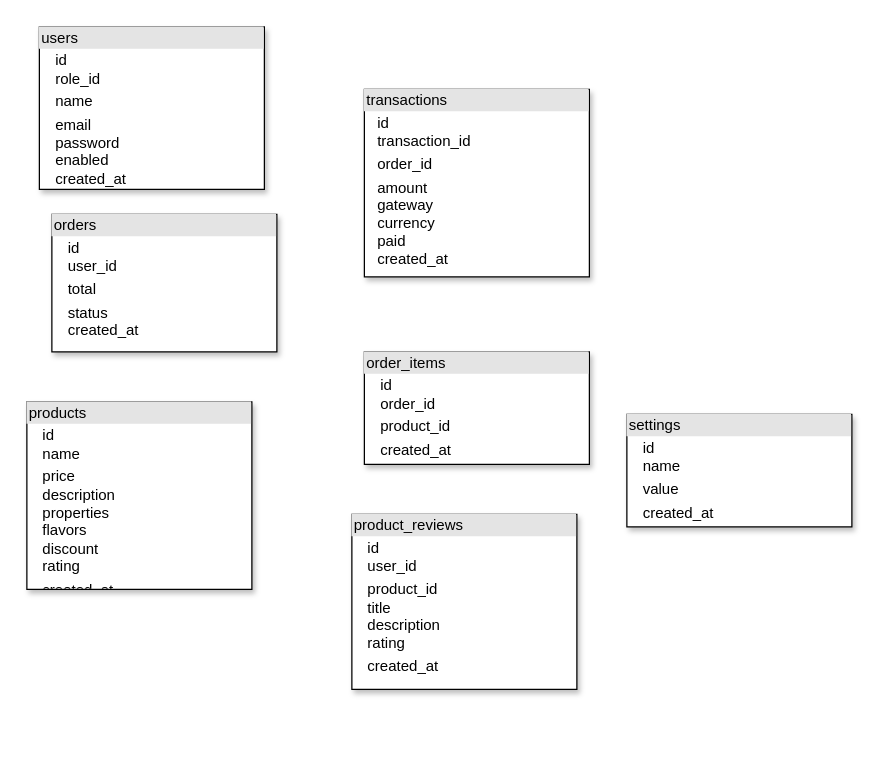
Earlier version of the draw.io diagram page "ERD" (4 of 4) of designs/ecommerce.drawio (JS-Hub-ZW/E-Commerce-ZW). Source tidied: cells renumbered, new cells numbered last; positions are measured from the earlier drawing's top-left corner, leaving out a move shared by most shapes. Both pictures are drawn from the tidied source at 125%, with x=0, y=0 at pixel (26, 26).
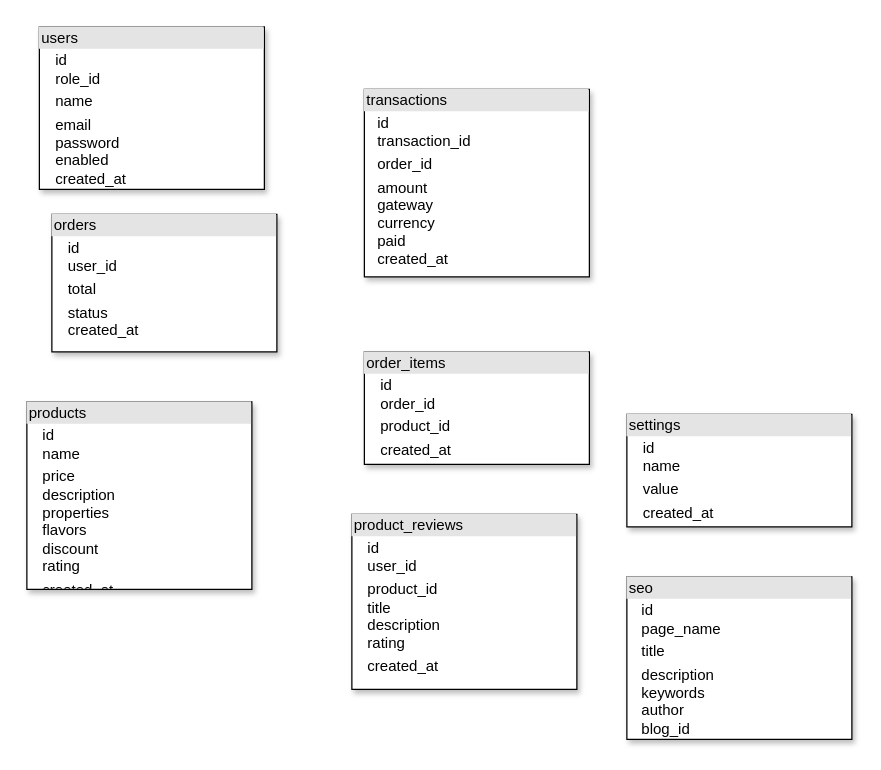
The same page after the edit.

Commit message:
created SEO table

Diff of the diagram source:
```diff
@@
 <mxGraphModel>
   <root>
     <mxCell id="0" />
     <mxCell id="1" parent="0" />
     <mxCell id="2" value="&lt;div style=&quot;box-sizing: border-box ; width: 100% ; background: #e4e4e4 ; padding: 2px&quot;&gt;users&lt;/div&gt;&lt;table style=&quot;width: 100% ; font-size: 1em&quot; cellpadding=&quot;2&quot; cellspacing=&quot;0&quot;&gt;&lt;tbody&gt;&lt;tr&gt;&lt;td&gt;&lt;/td&gt;&lt;td&gt;id&lt;br&gt;role_id&lt;/td&gt;&lt;/tr&gt;&lt;tr&gt;&lt;td&gt;&lt;br&gt;&lt;/td&gt;&lt;td&gt;name&lt;/td&gt;&lt;/tr&gt;&lt;tr&gt;&lt;td&gt;&lt;/td&gt;&lt;td&gt;email&lt;br&gt;password&lt;br&gt;enabled&lt;br&gt;created_at&lt;/td&gt;&lt;/tr&gt;&lt;/tbody&gt;&lt;/table&gt;" style="verticalAlign=top;align=left;overflow=fill;html=1;rounded=0;sketch=0;fontSize=12;shadow=1;" parent="1" vertex="1">
       <mxGeometry x="10" width="180" height="130" as="geometry" />
     </mxCell>
     <mxCell id="3" value="&lt;div style=&quot;box-sizing: border-box ; width: 100% ; background: #e4e4e4 ; padding: 2px&quot;&gt;transactions&lt;/div&gt;&lt;table style=&quot;width: 100% ; font-size: 1em&quot; cellpadding=&quot;2&quot; cellspacing=&quot;0&quot;&gt;&lt;tbody&gt;&lt;tr&gt;&lt;td&gt;&lt;/td&gt;&lt;td&gt;id&lt;br&gt;transaction_id&lt;/td&gt;&lt;/tr&gt;&lt;tr&gt;&lt;td&gt;&lt;br&gt;&lt;/td&gt;&lt;td&gt;order_id&lt;/td&gt;&lt;/tr&gt;&lt;tr&gt;&lt;td&gt;&lt;/td&gt;&lt;td&gt;amount&lt;br&gt;gateway&lt;br&gt;currency&lt;br&gt;paid&lt;br&gt;created_at&lt;/td&gt;&lt;/tr&gt;&lt;/tbody&gt;&lt;/table&gt;" style="verticalAlign=top;align=left;overflow=fill;html=1;rounded=0;sketch=0;fontSize=12;shadow=1;" parent="1" vertex="1">
       <mxGeometry x="270" y="50" width="180" height="150" as="geometry" />
     </mxCell>
     <mxCell id="4" value="&lt;div style=&quot;box-sizing: border-box ; width: 100% ; background: #e4e4e4 ; padding: 2px&quot;&gt;orders&lt;/div&gt;&lt;table style=&quot;width: 100% ; font-size: 1em&quot; cellpadding=&quot;2&quot; cellspacing=&quot;0&quot;&gt;&lt;tbody&gt;&lt;tr&gt;&lt;td&gt;&lt;/td&gt;&lt;td&gt;id&lt;br&gt;user_id&lt;/td&gt;&lt;/tr&gt;&lt;tr&gt;&lt;td&gt;&lt;br&gt;&lt;/td&gt;&lt;td&gt;total&lt;/td&gt;&lt;/tr&gt;&lt;tr&gt;&lt;td&gt;&lt;/td&gt;&lt;td&gt;status&lt;br&gt;created_at&lt;/td&gt;&lt;/tr&gt;&lt;/tbody&gt;&lt;/table&gt;" style="verticalAlign=top;align=left;overflow=fill;html=1;rounded=0;sketch=0;fontSize=12;shadow=1;" parent="1" vertex="1">
       <mxGeometry x="20" y="150" width="180" height="110" as="geometry" />
     </mxCell>
     <mxCell id="5" value="&lt;div style=&quot;box-sizing: border-box ; width: 100% ; background: #e4e4e4 ; padding: 2px&quot;&gt;order_items&lt;/div&gt;&lt;table style=&quot;width: 100% ; font-size: 1em&quot; cellpadding=&quot;2&quot; cellspacing=&quot;0&quot;&gt;&lt;tbody&gt;&lt;tr&gt;&lt;td&gt;&lt;/td&gt;&lt;td&gt;id&lt;br&gt;order_id&lt;/td&gt;&lt;/tr&gt;&lt;tr&gt;&lt;td&gt;&lt;br&gt;&lt;/td&gt;&lt;td&gt;product_id&lt;/td&gt;&lt;/tr&gt;&lt;tr&gt;&lt;td&gt;&lt;/td&gt;&lt;td&gt;created_at&lt;br&gt;&lt;/td&gt;&lt;/tr&gt;&lt;/tbody&gt;&lt;/table&gt;" style="verticalAlign=top;align=left;overflow=fill;html=1;rounded=0;sketch=0;fontSize=12;shadow=1;" parent="1" vertex="1">
       <mxGeometry x="270" y="260" width="180" height="90" as="geometry" />
     </mxCell>
     <mxCell id="6" value="&lt;div style=&quot;box-sizing: border-box ; width: 100% ; background: #e4e4e4 ; padding: 2px&quot;&gt;products&lt;/div&gt;&lt;table style=&quot;width: 100% ; font-size: 1em&quot; cellpadding=&quot;2&quot; cellspacing=&quot;0&quot;&gt;&lt;tbody&gt;&lt;tr&gt;&lt;td&gt;&lt;/td&gt;&lt;td&gt;id&lt;br&gt;name&lt;/td&gt;&lt;/tr&gt;&lt;tr&gt;&lt;td&gt;&lt;br&gt;&lt;/td&gt;&lt;td&gt;price&lt;br&gt;description&lt;br&gt;properties&lt;br&gt;flavors&lt;br&gt;discount&lt;br&gt;rating&lt;/td&gt;&lt;/tr&gt;&lt;tr&gt;&lt;td&gt;&lt;/td&gt;&lt;td&gt;created_at&lt;br&gt;&lt;/td&gt;&lt;/tr&gt;&lt;/tbody&gt;&lt;/table&gt;" style="verticalAlign=top;align=left;overflow=fill;html=1;rounded=0;sketch=0;fontSize=12;shadow=1;" parent="1" vertex="1">
       <mxGeometry y="300" width="180" height="150" as="geometry" />
     </mxCell>
     <mxCell id="7" value="&lt;div style=&quot;box-sizing: border-box ; width: 100% ; background: #e4e4e4 ; padding: 2px&quot;&gt;product_reviews&lt;/div&gt;&lt;table style=&quot;width: 100% ; font-size: 1em&quot; cellpadding=&quot;2&quot; cellspacing=&quot;0&quot;&gt;&lt;tbody&gt;&lt;tr&gt;&lt;td&gt;&lt;/td&gt;&lt;td&gt;id&lt;br&gt;user_id&lt;/td&gt;&lt;/tr&gt;&lt;tr&gt;&lt;td&gt;&lt;br&gt;&lt;/td&gt;&lt;td&gt;product_id&lt;br&gt;title&lt;br&gt;description&lt;br&gt;rating&lt;br&gt;&lt;/td&gt;&lt;/tr&gt;&lt;tr&gt;&lt;td&gt;&lt;/td&gt;&lt;td&gt;created_at&lt;br&gt;&lt;/td&gt;&lt;/tr&gt;&lt;/tbody&gt;&lt;/table&gt;" style="verticalAlign=top;align=left;overflow=fill;html=1;rounded=0;sketch=0;fontSize=12;shadow=1;" parent="1" vertex="1">
       <mxGeometry x="260" y="390" width="180" height="140" as="geometry" />
     </mxCell>
     <mxCell id="8" value="&lt;div style=&quot;box-sizing: border-box ; width: 100% ; background: #e4e4e4 ; padding: 2px&quot;&gt;settings&lt;/div&gt;&lt;table style=&quot;width: 100% ; font-size: 1em&quot; cellpadding=&quot;2&quot; cellspacing=&quot;0&quot;&gt;&lt;tbody&gt;&lt;tr&gt;&lt;td&gt;&lt;/td&gt;&lt;td&gt;id&lt;br&gt;name&lt;/td&gt;&lt;/tr&gt;&lt;tr&gt;&lt;td&gt;&lt;br&gt;&lt;/td&gt;&lt;td&gt;value&lt;br&gt;&lt;/td&gt;&lt;/tr&gt;&lt;tr&gt;&lt;td&gt;&lt;/td&gt;&lt;td&gt;created_at&lt;br&gt;&lt;/td&gt;&lt;/tr&gt;&lt;/tbody&gt;&lt;/table&gt;" style="verticalAlign=top;align=left;overflow=fill;html=1;rounded=0;sketch=0;fontSize=12;shadow=1;" parent="1" vertex="1">
       <mxGeometry x="480" y="310" width="180" height="90" as="geometry" />
     </mxCell>
+    <mxCell id="9" value="&lt;div style=&quot;box-sizing: border-box ; width: 100% ; background: #e4e4e4 ; padding: 2px&quot;&gt;seo&lt;/div&gt;&lt;table style=&quot;width: 100% ; font-size: 1em&quot; cellpadding=&quot;2&quot; cellspacing=&quot;0&quot;&gt;&lt;tbody&gt;&lt;tr&gt;&lt;td&gt;&lt;/td&gt;&lt;td&gt;id&lt;br&gt;page_name&lt;/td&gt;&lt;/tr&gt;&lt;tr&gt;&lt;td&gt;&lt;br&gt;&lt;/td&gt;&lt;td&gt;title&lt;/td&gt;&lt;/tr&gt;&lt;tr&gt;&lt;td&gt;&lt;/td&gt;&lt;td&gt;description&lt;br&gt;keywords&lt;br&gt;author&lt;br&gt;blog_id&lt;/td&gt;&lt;/tr&gt;&lt;/tbody&gt;&lt;/table&gt;" style="verticalAlign=top;align=left;overflow=fill;html=1;rounded=0;sketch=0;fontSize=12;shadow=1;" parent="1" vertex="1">
+      <mxGeometry x="480" y="440" width="180" height="130" as="geometry" />
+    </mxCell>
   </root>
 </mxGraphModel>
```
